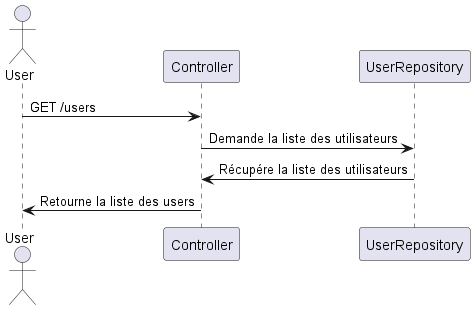
This is documentations/diagrammes/séquences/get_users.png from Waarrez/P8, a PlantUML export, as it was before one commit.
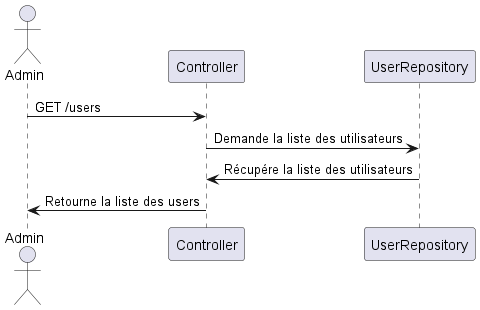
The same diagram one commit later.

Change to the diagram source:
```diff
@@ -1,11 +1,11 @@
 @startuml
 
-actor User
+actor Admin
 participant Controller
 participant UserRepository
 
-User -> Controller : GET /users
+Admin -> Controller : GET /users
 Controller -> UserRepository : Demande la liste des utilisateurs
 UserRepository -> Controller : Récupére la liste des utilisateurs
-Controller -> User : Retourne la liste des users
+Controller -> Admin : Retourne la liste des users
 @enduml
```
